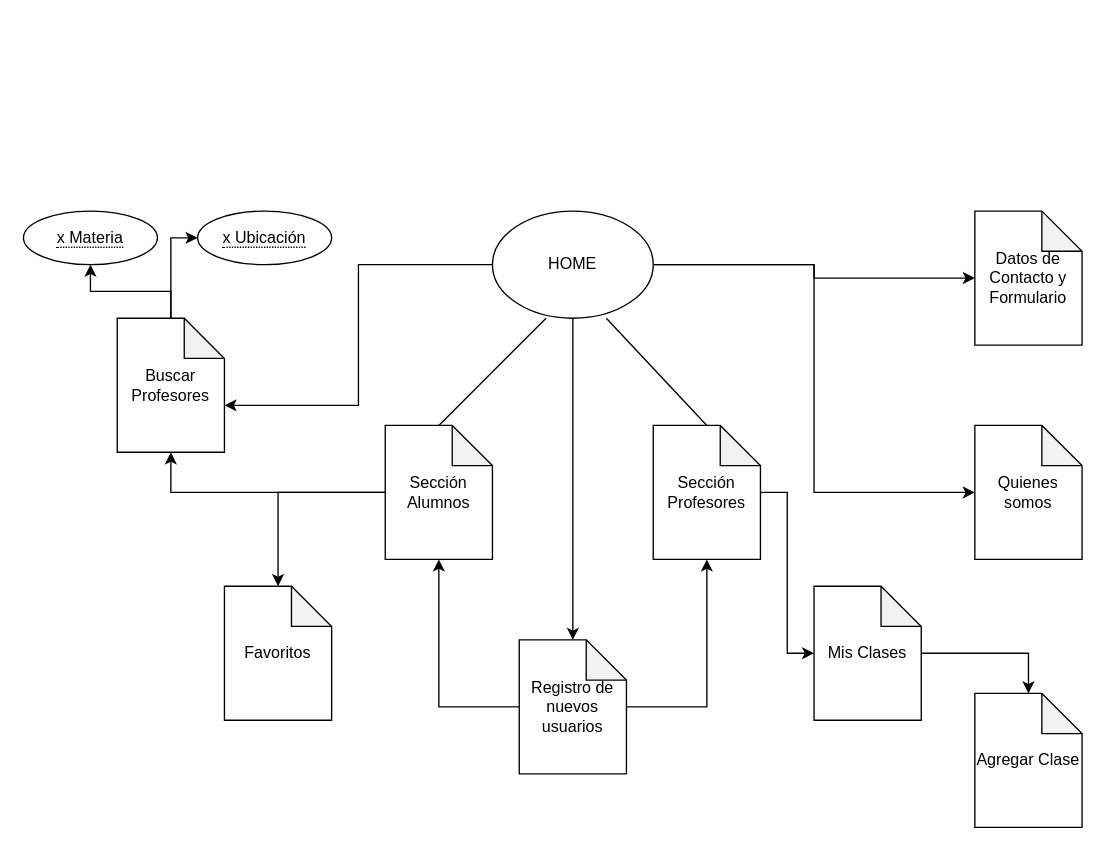
Above: Estructura de la Web.drawio in King-Zalogon/We-R-4 (draw.io), before the change. Source tidied: cells renumbered, new cells numbered last; positions are measured from the earlier drawing's top-left corner, leaving out a move shared by most shapes. Both pictures are drawn from the tidied source at 134%, with x=0, y=0 at pixel (23, 210).
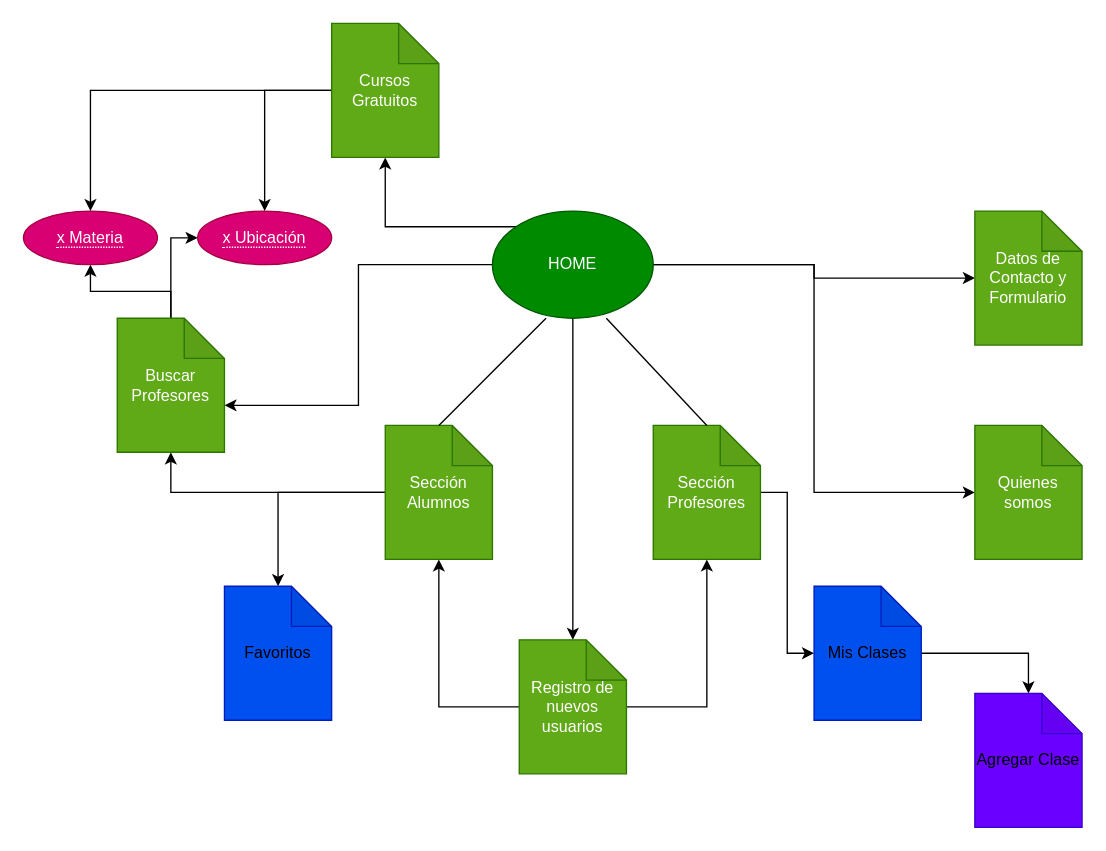
The same page after the edit.

Commit message (it also covers changes not shown here):
Cambio estructura

Change to the diagram source:
```diff
@@
+    <mxCell id="28" style="edgeStyle=orthogonalEdgeStyle;rounded=0;jettySize=auto;html=1;exitX=0;exitY=0;exitDx=0;exitDy=0;entryX=0.5;entryY=1;entryDx=0;entryDy=0;entryPerimeter=0;" parent="1" edge="1" source="6" target="31">
+      <mxGeometry relative="1" as="geometry" />
+    </mxCell>
-    <mxCell id="6" value="HOME" style="ellipse;whiteSpace=wrap;html=1;" parent="1" vertex="1">
+    <mxCell id="6" value="HOME" style="ellipse;whiteSpace=wrap;html=1;fillColor=#008a00;fontColor=#ffffff;strokeColor=#005700;" parent="1" vertex="1">
       <mxGeometry x="350" width="120" height="80" as="geometry" />
     </mxCell>
-    <mxCell id="7" value="Datos de Contacto y Formulario" style="shape=note;whiteSpace=wrap;html=1;backgroundOutline=1;darkOpacity=0.05;" parent="1" vertex="1">
+    <mxCell id="7" value="Datos de Contacto y Formulario" style="shape=note;whiteSpace=wrap;html=1;backgroundOutline=1;darkOpacity=0.05;fillColor=#60a917;fontColor=#ffffff;strokeColor=#2D7600;" parent="1" vertex="1">
       <mxGeometry x="710" width="80" height="100" as="geometry" />
     </mxCell>
-    <mxCell id="8" value="Quienes somos" style="shape=note;whiteSpace=wrap;html=1;backgroundOutline=1;darkOpacity=0.05;" parent="1" vertex="1">
+    <mxCell id="8" value="Quienes somos" style="shape=note;whiteSpace=wrap;html=1;backgroundOutline=1;darkOpacity=0.05;fillColor=#60a917;fontColor=#ffffff;strokeColor=#2D7600;" parent="1" vertex="1">
       <mxGeometry x="710" y="160" width="80" height="100" as="geometry" />
     </mxCell>
@@
-    <mxCell id="10" value="Sección Profesores" style="shape=note;whiteSpace=wrap;html=1;backgroundOutline=1;darkOpacity=0.05;" parent="1" vertex="1">
+    <mxCell id="10" value="Sección Profesores" style="shape=note;whiteSpace=wrap;html=1;backgroundOutline=1;darkOpacity=0.05;fillColor=#60a917;fontColor=#ffffff;strokeColor=#2D7600;" parent="1" vertex="1">
       <mxGeometry x="470" y="160" width="80" height="100" as="geometry" />
     </mxCell>
@@
-    <mxCell id="13" value="Sección Alumnos" style="shape=note;whiteSpace=wrap;html=1;backgroundOutline=1;darkOpacity=0.05;" parent="1" vertex="1">
+    <mxCell id="13" value="Sección Alumnos" style="shape=note;whiteSpace=wrap;html=1;backgroundOutline=1;darkOpacity=0.05;fillColor=#60a917;fontColor=#ffffff;strokeColor=#2D7600;" parent="1" vertex="1">
       <mxGeometry x="270" y="160" width="80" height="100" as="geometry" />
     </mxCell>
@@
-    <mxCell id="16" value="Registro de nuevos usuarios" style="shape=note;whiteSpace=wrap;html=1;backgroundOutline=1;darkOpacity=0.05;" parent="1" vertex="1">
+    <mxCell id="16" value="Registro de nuevos usuarios" style="shape=note;whiteSpace=wrap;html=1;backgroundOutline=1;darkOpacity=0.05;fillColor=#60a917;fontColor=#ffffff;strokeColor=#2D7600;" parent="1" vertex="1">
       <mxGeometry x="370" y="320" width="80" height="100" as="geometry" />
     </mxCell>
@@
-    <mxCell id="18" value="Mis Clases" style="shape=note;whiteSpace=wrap;html=1;backgroundOutline=1;darkOpacity=0.05;" parent="1" vertex="1">
+    <mxCell id="18" value="Mis Clases" style="shape=note;whiteSpace=wrap;html=1;backgroundOutline=1;darkOpacity=0.05;fillColor=#0050ef;strokeColor=#001DBC;" parent="1" vertex="1">
       <mxGeometry x="590" y="280" width="80" height="100" as="geometry" />
     </mxCell>
-    <mxCell id="19" value="Agregar Clase" style="shape=note;whiteSpace=wrap;html=1;backgroundOutline=1;darkOpacity=0.05;" parent="1" vertex="1">
+    <mxCell id="19" value="Agregar Clase" style="shape=note;whiteSpace=wrap;html=1;backgroundOutline=1;darkOpacity=0.05;fillColor=#6a00ff;strokeColor=#3700CC;" parent="1" vertex="1">
       <mxGeometry x="710" y="360" width="80" height="100" as="geometry" />
     </mxCell>
-    <mxCell id="20" value="Favoritos" style="shape=note;whiteSpace=wrap;html=1;backgroundOutline=1;darkOpacity=0.05;" parent="1" vertex="1">
+    <mxCell id="20" value="Favoritos" style="shape=note;whiteSpace=wrap;html=1;backgroundOutline=1;darkOpacity=0.05;fillColor=#0050ef;strokeColor=#001DBC;" parent="1" vertex="1">
       <mxGeometry x="150" y="280" width="80" height="100" as="geometry" />
     </mxCell>
@@
-    <mxCell id="23" value="Buscar Profesores" style="shape=note;whiteSpace=wrap;html=1;backgroundOutline=1;darkOpacity=0.05;" parent="1" vertex="1">
+    <mxCell id="23" value="Buscar Profesores" style="shape=note;whiteSpace=wrap;html=1;backgroundOutline=1;darkOpacity=0.05;fillColor=#60a917;fontColor=#ffffff;strokeColor=#2D7600;" parent="1" vertex="1">
       <mxGeometry x="70" y="80" width="80" height="100" as="geometry" />
     </mxCell>
-    <mxCell id="24" value="&lt;span style=&quot;border-bottom: 1px dotted&quot;&gt;x Materia&lt;/span&gt;" style="ellipse;whiteSpace=wrap;html=1;align=center;" parent="1" vertex="1">
+    <mxCell id="24" value="&lt;span style=&quot;border-bottom: 1px dotted&quot;&gt;x Materia&lt;/span&gt;" style="ellipse;whiteSpace=wrap;html=1;align=center;fillColor=#d80073;fontColor=#ffffff;strokeColor=#A50040;" parent="1" vertex="1">
       <mxGeometry width="100" height="40" as="geometry" />
     </mxCell>
-    <mxCell id="25" value="&lt;span style=&quot;border-bottom: 1px dotted&quot;&gt;x Ubicación&lt;/span&gt;" style="ellipse;whiteSpace=wrap;html=1;align=center;" parent="1" vertex="1">
+    <mxCell id="25" value="&lt;span style=&quot;border-bottom: 1px dotted&quot;&gt;x Ubicación&lt;/span&gt;" style="ellipse;whiteSpace=wrap;html=1;align=center;fillColor=#d80073;fontColor=#ffffff;strokeColor=#A50040;" parent="1" vertex="1">
       <mxGeometry x="130" width="100" height="40" as="geometry" />
     </mxCell>
@@
+    <mxCell id="29" style="edgeStyle=orthogonalEdgeStyle;rounded=0;jettySize=auto;html=1;exitX=0;exitY=0.5;exitDx=0;exitDy=0;exitPerimeter=0;" parent="1" edge="1" source="31" target="25">
+      <mxGeometry relative="1" as="geometry" />
+    </mxCell>
+    <mxCell id="30" style="edgeStyle=orthogonalEdgeStyle;rounded=0;jettySize=auto;html=1;exitX=0;exitY=0.5;exitDx=0;exitDy=0;exitPerimeter=0;entryX=0.5;entryY=0;entryDx=0;entryDy=0;" parent="1" edge="1" source="31" target="24">
+      <mxGeometry relative="1" as="geometry" />
+    </mxCell>
+    <mxCell id="31" value="Cursos Gratuitos" style="shape=note;whiteSpace=wrap;html=1;backgroundOutline=1;darkOpacity=0.05;fillColor=#60a917;fontColor=#ffffff;strokeColor=#2D7600;" parent="1" vertex="1">
+      <mxGeometry x="230" y="-140" width="80" height="100" as="geometry" />
+    </mxCell>
```
